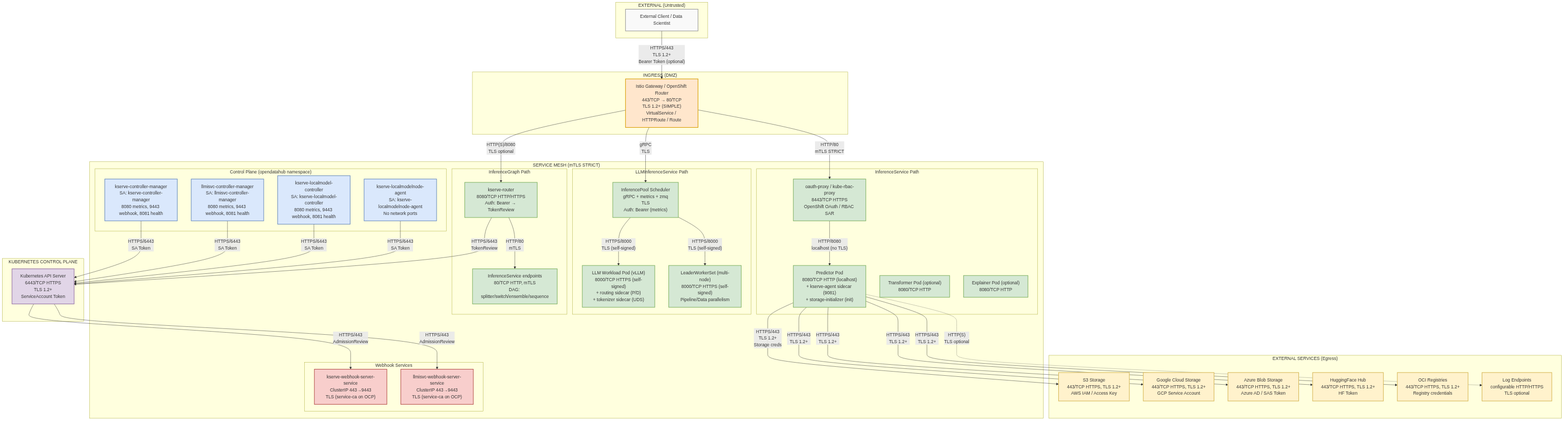
rhuss/architecture-context keeps this Mermaid diagram as architecture/rhoai.next/diagrams/kserve-security-network.png. Above is the earlier version. Its source is kept beside it as architecture/rhoai.next/diagrams/kserve-security-network.mmd.
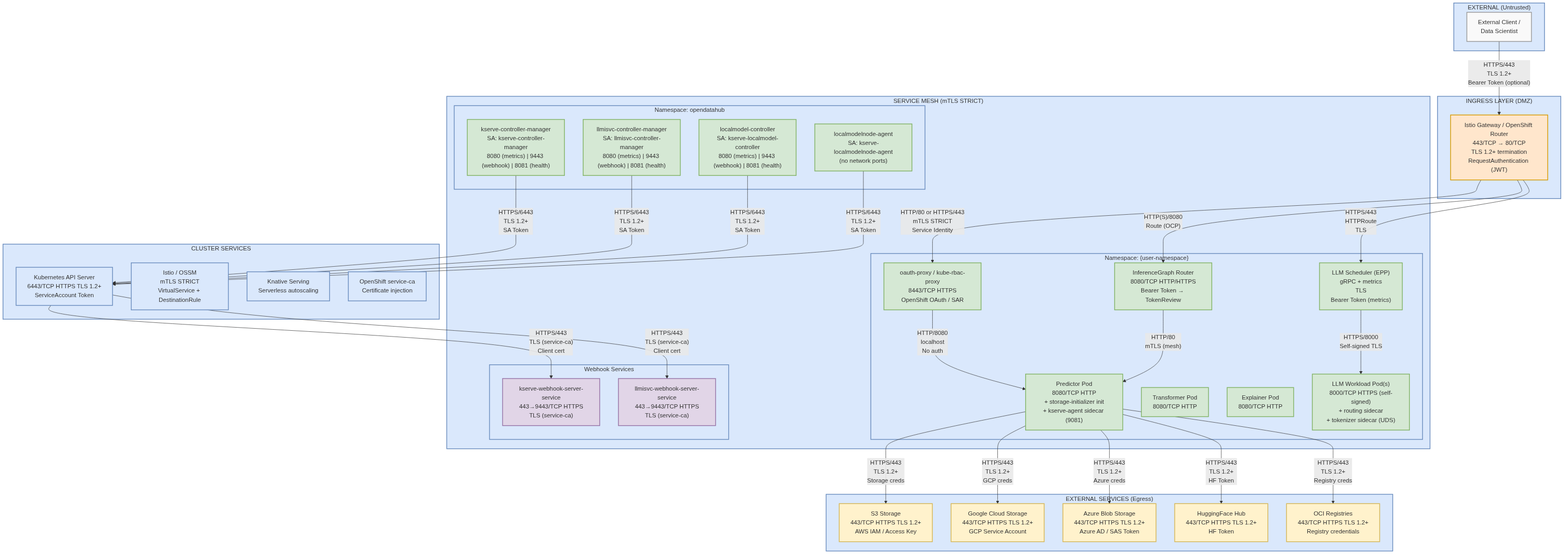
After the change.

Diff of the diagram source:
```diff
@@ -1,102 +1,89 @@
 graph TB
     subgraph External["EXTERNAL (Untrusted)"]
-        Client["External Client / Data Scientist"]
+        Client["External Client /<br/>Data Scientist"]
     end
 
-    subgraph Ingress["INGRESS (DMZ)"]
-        Gateway["Istio Gateway / OpenShift Router<br/>443/TCP → 80/TCP<br/>TLS 1.2+ (SIMPLE)<br/>VirtualService / HTTPRoute / Route"]
+    subgraph Ingress["INGRESS LAYER (DMZ)"]
+        Gateway["Istio Gateway / OpenShift Router<br/>443/TCP → 80/TCP<br/>TLS 1.2+ termination<br/>RequestAuthentication (JWT)"]
     end
 
     subgraph ServiceMesh["SERVICE MESH (mTLS STRICT)"]
         direction TB
 
-        subgraph ISVCPath["InferenceService Path"]
-            OAuthProxy["oauth-proxy / kube-rbac-proxy<br/>8443/TCP HTTPS<br/>OpenShift OAuth / RBAC SAR"]
-            PredictorPod["Predictor Pod<br/>8080/TCP HTTP (localhost)<br/>+ kserve-agent sidecar (9081)<br/>+ storage-initializer (init)"]
-            TransformerPod["Transformer Pod (optional)<br/>8080/TCP HTTP"]
-            ExplainerPod["Explainer Pod (optional)<br/>8080/TCP HTTP"]
+        subgraph NS_ODH["Namespace: opendatahub"]
+            KServeCtrl["kserve-controller-manager<br/>SA: kserve-controller-manager<br/>8080 (metrics) | 9443 (webhook) | 8081 (health)"]
+            LLMISVCCtrl["llmisvc-controller-manager<br/>SA: llmisvc-controller-manager<br/>8080 (metrics) | 9443 (webhook) | 8081 (health)"]
+            LocalModelCtrl["localmodel-controller<br/>SA: kserve-localmodel-controller<br/>8080 (metrics) | 9443 (webhook) | 8081 (health)"]
+            LocalModelAgent["localmodelnode-agent<br/>SA: kserve-localmodelnode-agent<br/>(no network ports)"]
         end
 
-        subgraph LLMPath["LLMInferenceService Path"]
-            Scheduler["InferencePool Scheduler<br/>gRPC + metrics + zmq<br/>TLS<br/>Auth: Bearer (metrics)"]
-            LLMWorkload["LLM Workload Pod (vLLM)<br/>8000/TCP HTTPS (self-signed)<br/>+ routing sidecar (P/D)<br/>+ tokenizer sidecar (UDS)"]
-            LLMMultiNode["LeaderWorkerSet (multi-node)<br/>8000/TCP HTTPS (self-signed)<br/>Pipeline/Data parallelism"]
+        subgraph NS_User["Namespace: {user-namespace}"]
+            OAuthProxy["oauth-proxy / kube-rbac-proxy<br/>8443/TCP HTTPS<br/>OpenShift OAuth / SAR"]
+            Predictor["Predictor Pod<br/>8080/TCP HTTP<br/>+ storage-initializer init<br/>+ kserve-agent sidecar (9081)"]
+            Transformer["Transformer Pod<br/>8080/TCP HTTP"]
+            Explainer["Explainer Pod<br/>8080/TCP HTTP"]
+            LLMWorkload["LLM Workload Pod(s)<br/>8000/TCP HTTPS (self-signed)<br/>+ routing sidecar<br/>+ tokenizer sidecar (UDS)"]
+            LLMScheduler["LLM Scheduler (EPP)<br/>gRPC + metrics<br/>TLS<br/>Bearer Token (metrics)"]
+            IGRouter["InferenceGraph Router<br/>8080/TCP HTTP/HTTPS<br/>Bearer Token → TokenReview"]
         end
 
-        subgraph IGPath["InferenceGraph Path"]
-            IGRouter["kserve-router<br/>8080/TCP HTTP/HTTPS<br/>Auth: Bearer → TokenReview"]
-            ISvcEndpoints["InferenceService endpoints<br/>80/TCP HTTP, mTLS<br/>DAG: splitter/switch/ensemble/sequence"]
-        end
-
-        subgraph ControlPlane["Control Plane (opendatahub namespace)"]
-            KServeCtrl["kserve-controller-manager<br/>SA: kserve-controller-manager<br/>8080 metrics, 9443 webhook, 8081 health"]
-            LLMISVCCtrl["llmisvc-controller-manager<br/>SA: llmisvc-controller-manager<br/>8080 metrics, 9443 webhook, 8081 health"]
-            LocalModelCtrl["kserve-localmodel-controller<br/>SA: kserve-localmodel-controller<br/>8080 metrics, 9443 webhook, 8081 health"]
-            LocalModelAgent["kserve-localmodelnode-agent<br/>SA: kserve-localmodelnode-agent<br/>No network ports"]
-        end
-
-        subgraph WebhookSvcs["Webhook Services"]
-            WebhookSvc["kserve-webhook-server-service<br/>ClusterIP 443→9443<br/>TLS (service-ca on OCP)"]
-            LLMWebhookSvc["llmisvc-webhook-server-service<br/>ClusterIP 443→9443<br/>TLS (service-ca on OCP)"]
+        subgraph Webhooks["Webhook Services"]
+            WebhookSvc["kserve-webhook-server-service<br/>443→9443/TCP HTTPS<br/>TLS (service-ca)"]
+            LLMWebhookSvc["llmisvc-webhook-server-service<br/>443→9443/TCP HTTPS<br/>TLS (service-ca)"]
         end
     end
 
-    subgraph K8sControlPlane["KUBERNETES CONTROL PLANE"]
-        K8sAPI["Kubernetes API Server<br/>6443/TCP HTTPS<br/>TLS 1.2+<br/>ServiceAccount Token"]
+    subgraph ClusterServices["CLUSTER SERVICES"]
+        K8sAPI["Kubernetes API Server<br/>6443/TCP HTTPS TLS 1.2+<br/>ServiceAccount Token"]
+        Istio["Istio / OSSM<br/>mTLS STRICT<br/>VirtualService + DestinationRule"]
+        Knative["Knative Serving<br/>Serverless autoscaling"]
+        ServiceCA["OpenShift service-ca<br/>Certificate injection"]
     end
 
     subgraph ExternalServices["EXTERNAL SERVICES (Egress)"]
-        S3["S3 Storage<br/>443/TCP HTTPS, TLS 1.2+<br/>AWS IAM / Access Key"]
-        GCS["Google Cloud Storage<br/>443/TCP HTTPS, TLS 1.2+<br/>GCP Service Account"]
-        Azure["Azure Blob Storage<br/>443/TCP HTTPS, TLS 1.2+<br/>Azure AD / SAS Token"]
-        HuggingFace["HuggingFace Hub<br/>443/TCP HTTPS, TLS 1.2+<br/>HF Token"]
-        OCI["OCI Registries<br/>443/TCP HTTPS, TLS 1.2+<br/>Registry credentials"]
-        LogEndpoint["Log Endpoints<br/>configurable HTTP/HTTPS<br/>TLS optional"]
+        S3["S3 Storage<br/>443/TCP HTTPS TLS 1.2+<br/>AWS IAM / Access Key"]
+        GCS["Google Cloud Storage<br/>443/TCP HTTPS TLS 1.2+<br/>GCP Service Account"]
+        Azure["Azure Blob Storage<br/>443/TCP HTTPS TLS 1.2+<br/>Azure AD / SAS Token"]
+        HuggingFace["HuggingFace Hub<br/>443/TCP HTTPS TLS 1.2+<br/>HF Token"]
+        OCI["OCI Registries<br/>443/TCP HTTPS TLS 1.2+<br/>Registry credentials"]
     end
 
     Client -->|"HTTPS/443<br/>TLS 1.2+<br/>Bearer Token (optional)"| Gateway
 
-    Gateway -->|"HTTP/80<br/>mTLS STRICT"| OAuthProxy
-    Gateway -->|"gRPC<br/>TLS"| Scheduler
-    Gateway -->|"HTTP(S)/8080<br/>TLS optional"| IGRouter
+    Gateway -->|"HTTP/80 or HTTPS/443<br/>mTLS STRICT<br/>Service Identity"| OAuthProxy
+    Gateway -->|"HTTPS/443<br/>HTTPRoute<br/>TLS"| LLMScheduler
+    Gateway -->|"HTTP(S)/8080<br/>Route (OCP)"| IGRouter
 
-    OAuthProxy -->|"HTTP/8080<br/>localhost (no TLS)"| PredictorPod
+    OAuthProxy -->|"HTTP/8080<br/>localhost<br/>No auth"| Predictor
 
-    Scheduler -->|"HTTPS/8000<br/>TLS (self-signed)"| LLMWorkload
-    Scheduler -->|"HTTPS/8000<br/>TLS (self-signed)"| LLMMultiNode
+    LLMScheduler -->|"HTTPS/8000<br/>Self-signed TLS"| LLMWorkload
 
-    IGRouter -->|"HTTPS/6443<br/>TokenReview"| K8sAPI
-    IGRouter -->|"HTTP/80<br/>mTLS"| ISvcEndpoints
+    IGRouter -->|"HTTP/80<br/>mTLS (mesh)"| Predictor
 
-    KServeCtrl -->|"HTTPS/6443<br/>SA Token"| K8sAPI
-    LLMISVCCtrl -->|"HTTPS/6443<br/>SA Token"| K8sAPI
-    LocalModelCtrl -->|"HTTPS/6443<br/>SA Token"| K8sAPI
-    LocalModelAgent -->|"HTTPS/6443<br/>SA Token"| K8sAPI
+    KServeCtrl -->|"HTTPS/6443<br/>TLS 1.2+<br/>SA Token"| K8sAPI
+    LLMISVCCtrl -->|"HTTPS/6443<br/>TLS 1.2+<br/>SA Token"| K8sAPI
+    LocalModelCtrl -->|"HTTPS/6443<br/>TLS 1.2+<br/>SA Token"| K8sAPI
+    LocalModelAgent -->|"HTTPS/6443<br/>TLS 1.2+<br/>SA Token"| K8sAPI
 
-    K8sAPI -->|"HTTPS/443<br/>AdmissionReview"| WebhookSvc
-    K8sAPI -->|"HTTPS/443<br/>AdmissionReview"| LLMWebhookSvc
+    K8sAPI -->|"HTTPS/443<br/>TLS (service-ca)<br/>Client cert"| WebhookSvc
+    K8sAPI -->|"HTTPS/443<br/>TLS (service-ca)<br/>Client cert"| LLMWebhookSvc
 
-    PredictorPod -->|"HTTPS/443<br/>TLS 1.2+<br/>Storage creds"| S3
-    PredictorPod -->|"HTTPS/443<br/>TLS 1.2+"| GCS
-    PredictorPod -->|"HTTPS/443<br/>TLS 1.2+"| Azure
-    PredictorPod -->|"HTTPS/443<br/>TLS 1.2+"| HuggingFace
-    PredictorPod -->|"HTTPS/443<br/>TLS 1.2+"| OCI
-    PredictorPod -.->|"HTTP(S)<br/>TLS optional"| LogEndpoint
+    Predictor -->|"HTTPS/443<br/>TLS 1.2+<br/>Storage creds"| S3
+    Predictor -->|"HTTPS/443<br/>TLS 1.2+<br/>GCP creds"| GCS
+    Predictor -->|"HTTPS/443<br/>TLS 1.2+<br/>Azure creds"| Azure
+    Predictor -->|"HTTPS/443<br/>TLS 1.2+<br/>HF Token"| HuggingFace
+    Predictor -->|"HTTPS/443<br/>TLS 1.2+<br/>Registry creds"| OCI
 
     classDef external fill:#f9f9f9,stroke:#999,stroke-width:2px
     classDef ingress fill:#ffe6cc,stroke:#d79b00,stroke-width:2px
     classDef servicemesh fill:#d5e8d4,stroke:#82b366,stroke-width:2px
-    classDef controlplane fill:#dae8fc,stroke:#6c8ebf,stroke-width:2px
-    classDef k8s fill:#e1d5e7,stroke:#9673a6,stroke-width:2px
+    classDef cluster fill:#dae8fc,stroke:#6c8ebf,stroke-width:2px
     classDef externalservice fill:#fff2cc,stroke:#d6b656,stroke-width:2px
-    classDef webhook fill:#f8cecc,stroke:#b85450,stroke-width:2px
+    classDef webhook fill:#e1d5e7,stroke:#9673a6,stroke-width:2px
 
     class Client external
     class Gateway ingress
-    class OAuthProxy,PredictorPod,TransformerPod,ExplainerPod servicemesh
-    class Scheduler,LLMWorkload,LLMMultiNode servicemesh
-    class IGRouter,ISvcEndpoints servicemesh
-    class KServeCtrl,LLMISVCCtrl,LocalModelCtrl,LocalModelAgent controlplane
+    class KServeCtrl,LLMISVCCtrl,LocalModelCtrl,LocalModelAgent,OAuthProxy,Predictor,Transformer,Explainer,LLMWorkload,LLMScheduler,IGRouter servicemesh
+    class K8sAPI,Istio,Knative,ServiceCA cluster
+    class S3,GCS,Azure,HuggingFace,OCI externalservice
     class WebhookSvc,LLMWebhookSvc webhook
-    class K8sAPI k8s
-    class S3,GCS,Azure,HuggingFace,OCI,LogEndpoint externalservice
```
